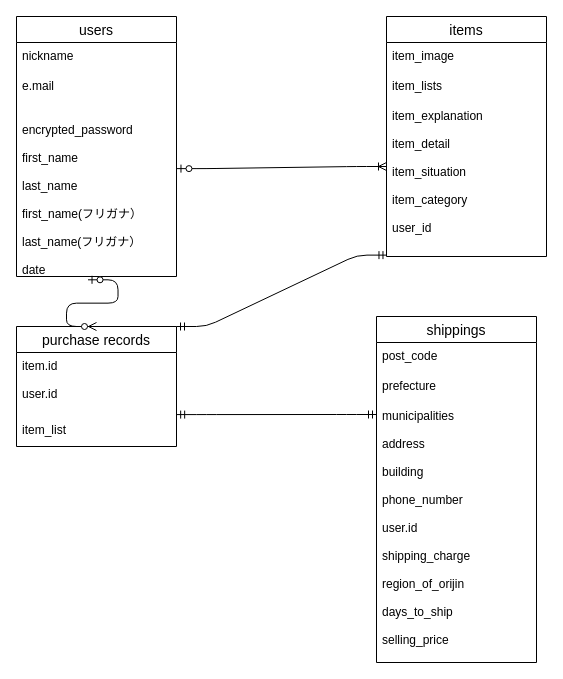
isukacoffee/furima-38197 keeps this draw.io diagram as test.dio. Above is the earlier version. Source tidied: cells renumbered, new cells numbered last; positions are measured from the earlier drawing's top-left corner, leaving out a move shared by most shapes. Both pictures are drawn from the tidied source at 100%, with x=0, y=0 at pixel (16, 16).
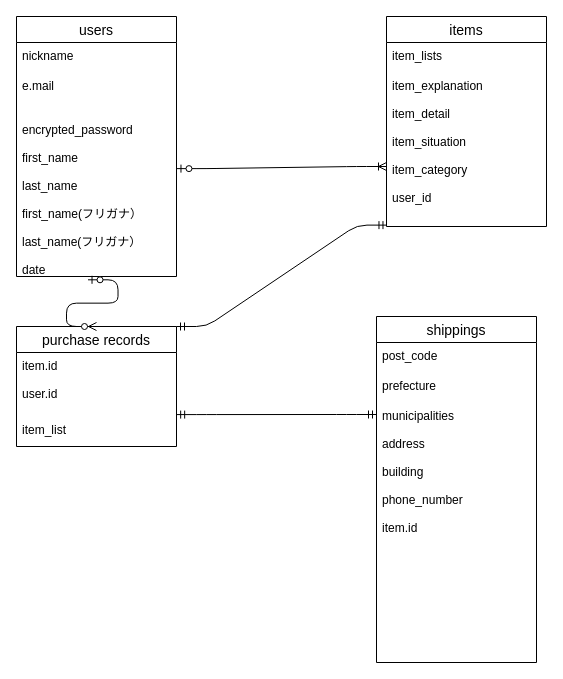
The same diagram, later.

The change refers to these unchanged cells:
```xml
<mxCell id="13" value="shippings" style="swimlane;fontStyle=0;horizontal=1;startSize=26;align=center;fontSize=14;" parent="1" vertex="1">
  <mxGeometry x="360" y="300" width="160" height="346" as="geometry" />
</mxCell>
```

Diff of the diagram source:
```diff
@@
     <mxCell id="6" value="items" style="swimlane;fontStyle=0;horizontal=1;startSize=26;align=center;fontSize=14;" parent="1" vertex="1">
-      <mxGeometry x="370" width="160" height="240" as="geometry" />
+      <mxGeometry x="370" width="160" height="210" as="geometry" />
     </mxCell>
-    <mxCell id="7" value="item_image" style="text;strokeColor=none;fillColor=none;spacingLeft=4;spacingRight=4;overflow=hidden;fontSize=12;" parent="6" vertex="1">
-      <mxGeometry y="26" width="160" height="30" as="geometry" />
-    </mxCell>
     <mxCell id="8" value="item_lists" style="text;strokeColor=none;fillColor=none;spacingLeft=4;spacingRight=4;overflow=hidden;fontSize=12;" parent="6" vertex="1">
-      <mxGeometry y="56" width="160" height="30" as="geometry" />
+      <mxGeometry y="26" width="160" height="30" as="geometry" />
     </mxCell>
     <mxCell id="9" value="item_explanation&#10;&#10;item_detail&#10;&#10;item_situation&#10;&#10;item_category&#10;&#10;user_id" style="text;strokeColor=none;fillColor=none;spacingLeft=4;spacingRight=4;overflow=hidden;points=[[0,0.5],[1,0.5]];portConstraint=eastwest;fontSize=12;" parent="6" vertex="1">
-      <mxGeometry y="86" width="160" height="154" as="geometry" />
+      <mxGeometry y="56" width="160" height="154" as="geometry" />
     </mxCell>
@@
-    <mxCell id="16" value="municipalities&#10;&#10;address&#10;&#10;building&#10;&#10;phone_number&#10;&#10;user.id&#10;&#10;shipping_charge&#10;&#10;region_of_orijin&#10;&#10;days_to_ship&#10;&#10;selling_price&#10;&#10;" style="text;strokeColor=none;fillColor=none;spacingLeft=4;spacingRight=4;overflow=hidden;fontSize=12;" parent="13" vertex="1">
+    <mxCell id="16" value="municipalities&#10;&#10;address&#10;&#10;building&#10;&#10;phone_number&#10;&#10;item.id&#10;&#10;&#10;" style="text;strokeColor=none;fillColor=none;spacingLeft=4;spacingRight=4;overflow=hidden;fontSize=12;" parent="13" vertex="1">
       <mxGeometry y="86" width="160" height="260" as="geometry" />
     </mxCell>
```
